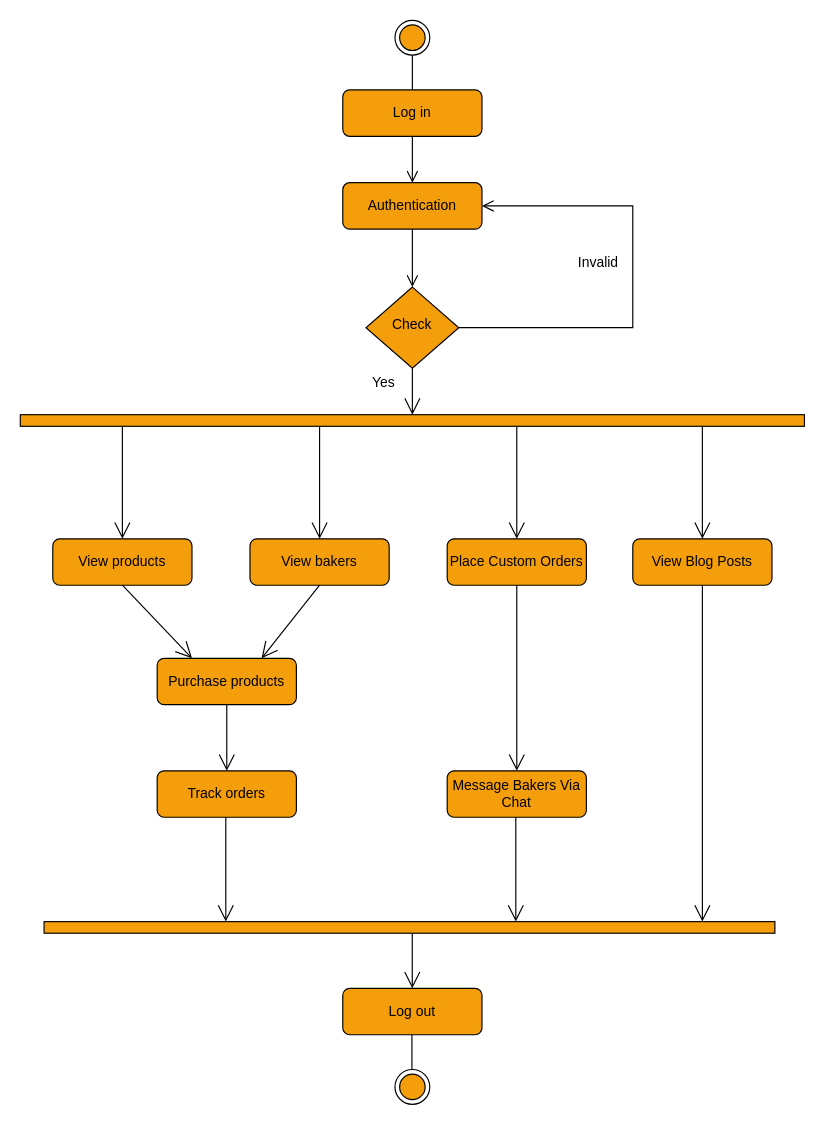
AnuElizaK/BakeJourney keeps this draw.io diagram as UML/Admin Activity.drawio. Above is the earlier version. Source tidied: cells renumbered, new cells numbered last; positions are measured from the earlier drawing's top-left corner, leaving out a move shared by most shapes. Both pictures are drawn from the tidied source at 116%, with x=0, y=0 at pixel (52, 20).
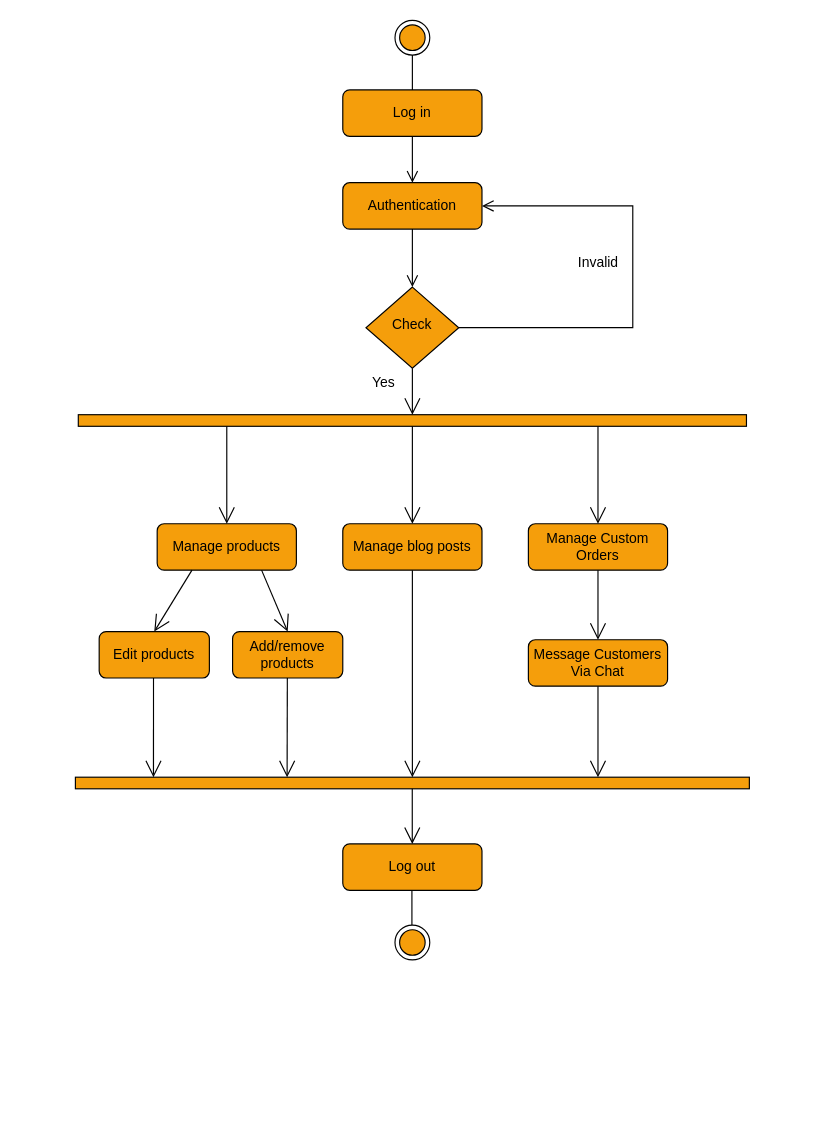
The same diagram, later.

Unchanged cells that the change refers to:
```xml
<mxCell id="5" value="&lt;font style=&quot;color: light-dark(rgb(0, 0, 0), rgb(0, 0, 0));&quot;&gt;Check&lt;/font&gt;" style="rhombus;whiteSpace=wrap;html=1;shadow=0;fontFamily=Helvetica;fontSize=12;align=center;strokeWidth=1;spacing=6;spacingTop=-4;fillColor=light-dark(#F59E0B,#F59E0B);strokeColor=light-dark(#000000,#000000);" parent="1" vertex="1">
  <mxGeometry x="270" y="230" width="80" height="70" as="geometry" />
</mxCell>
```

Change to the diagram source:
```diff
@@
     <mxCell id="6" value="&lt;font style=&quot;color: light-dark(rgb(0, 0, 0), rgb(0, 0, 0));&quot;&gt;Log out&lt;/font&gt;" style="rounded=1;whiteSpace=wrap;html=1;fontSize=12;glass=0;strokeWidth=1;shadow=0;strokeColor=light-dark(#000000,#000000);fillColor=light-dark(#F59E0B,#F59E0B);" parent="1" vertex="1">
-      <mxGeometry x="250" y="834.5" width="120" height="40" as="geometry" />
+      <mxGeometry x="250" y="710" width="120" height="40" as="geometry" />
     </mxCell>
@@
-    <mxCell id="9" style="ellipse;html=1;shape=endState;fillColor=light-dark(#F59E0B,#F59E0B);strokeColor=light-dark(#000000,#000000);" parent="1" vertex="1">
-      <mxGeometry x="295" y="904.5" width="30" height="30" as="geometry" />
-    </mxCell>
+    <mxCell id="36" style="ellipse;html=1;shape=endState;fillColor=light-dark(#F59E0B,#F59E0B);strokeColor=light-dark(#000000,#000000);" parent="1" vertex="1">
+      <mxGeometry x="295" y="780" width="30" height="30" as="geometry" />
+    </mxCell>
@@
-    <mxCell id="12" style="html=1;points=[[0,0,0,0,5],[0,1,0,0,-5],[1,0,0,0,5],[1,1,0,0,-5]];perimeter=orthogonalPerimeter;outlineConnect=0;targetShapes=umlLifeline;portConstraint=eastwest;newEdgeStyle={&quot;curved&quot;:0,&quot;rounded&quot;:0};rotation=-90;strokeColor=light-dark(#000000,#000000);fillColor=light-dark(#F59E0B,#F59E0B);" parent="1" vertex="1">
-      <mxGeometry x="305" y="7" width="10" height="676" as="geometry" />
-    </mxCell>
-    <mxCell id="13" value="&lt;font style=&quot;color: light-dark(rgb(0, 0, 0), rgb(0, 0, 0));&quot;&gt;View products&lt;/font&gt;" style="rounded=1;whiteSpace=wrap;html=1;fontSize=12;glass=0;strokeWidth=1;shadow=0;fillColor=light-dark(#F59E0B,#F59E0B);strokeColor=light-dark(#000000,#000000);" parent="1" vertex="1">
-      <mxGeometry y="447" width="120" height="40" as="geometry" />
-    </mxCell>
-    <mxCell id="14" style="endArrow=open;endFill=1;endSize=12;html=1;rounded=0;strokeColor=light-dark(#000000,#000000);entryX=0.5;entryY=0;entryDx=0;entryDy=0;" parent="1" edge="1" source="12" target="13">
-      <mxGeometry relative="1" as="geometry" />
-    </mxCell>
-    <mxCell id="15" style="endArrow=open;endFill=1;endSize=12;html=1;rounded=0;strokeColor=light-dark(#000000,#000000);entryX=0.25;entryY=0;entryDx=0;entryDy=0;" parent="1" edge="1" target="16">
-      <mxGeometry relative="1" as="geometry">
-        <mxPoint x="60" y="487" as="sourcePoint" />
-      </mxGeometry>
-    </mxCell>
-    <mxCell id="16" value="&lt;font style=&quot;color: light-dark(rgb(0, 0, 0), rgb(0, 0, 0));&quot;&gt;Purchase products&lt;/font&gt;" style="rounded=1;whiteSpace=wrap;html=1;fontSize=12;glass=0;strokeWidth=1;shadow=0;strokeColor=light-dark(#000000,#000000);fillColor=light-dark(#F59E0B,#F59E0B);" parent="1" vertex="1">
-      <mxGeometry x="90" y="550" width="120" height="40" as="geometry" />
-    </mxCell>
-    <mxCell id="17" style="html=1;points=[[0,0,0,0,5],[0,1,0,0,-5],[1,0,0,0,5],[1,1,0,0,-5]];perimeter=orthogonalPerimeter;outlineConnect=0;targetShapes=umlLifeline;portConstraint=eastwest;newEdgeStyle={&quot;curved&quot;:0,&quot;rounded&quot;:0};rotation=-90;strokeColor=light-dark(#000000,#000000);fillColor=light-dark(#F59E0B,#F59E0B);" parent="1" vertex="1">
-      <mxGeometry x="302.5" y="467" width="10" height="630" as="geometry" />
-    </mxCell>
-    <mxCell id="18" style="endArrow=open;endFill=1;endSize=12;html=1;rounded=0;exitX=0.5;exitY=1;exitDx=0;exitDy=0;strokeColor=light-dark(#000000,#000000);" parent="1" edge="1" source="5" target="12">
-      <mxGeometry relative="1" as="geometry" />
-    </mxCell>
-    <mxCell id="19" value="&lt;font style=&quot;color: light-dark(rgb(0, 0, 0), rgb(0, 0, 0));&quot;&gt;Place Custom Orders&lt;/font&gt;" style="rounded=1;whiteSpace=wrap;html=1;fontSize=12;glass=0;strokeWidth=1;shadow=0;fillColor=light-dark(#F59E0B,#F59E0B);strokeColor=light-dark(#000000,#000000);" parent="1" vertex="1">
-      <mxGeometry x="340" y="447" width="120" height="40" as="geometry" />
-    </mxCell>
-    <mxCell id="20" style="endArrow=open;endFill=1;endSize=12;html=1;rounded=0;strokeColor=light-dark(#000000,#000000);entryX=0.5;entryY=0;entryDx=0;entryDy=0;" parent="1" edge="1" source="12" target="19">
-      <mxGeometry relative="1" as="geometry" />
-    </mxCell>
-    <mxCell id="21" style="endArrow=open;endFill=1;endSize=12;html=1;rounded=0;strokeColor=light-dark(#000000,#000000);exitX=0.5;exitY=1;exitDx=0;exitDy=0;entryX=0.5;entryY=0;entryDx=0;entryDy=0;" parent="1" edge="1" source="19" target="34">
-      <mxGeometry relative="1" as="geometry" />
-    </mxCell>
+    <mxCell id="37" style="html=1;points=[[0,0,0,0,5],[0,1,0,0,-5],[1,0,0,0,5],[1,1,0,0,-5]];perimeter=orthogonalPerimeter;outlineConnect=0;targetShapes=umlLifeline;portConstraint=eastwest;newEdgeStyle={&quot;curved&quot;:0,&quot;rounded&quot;:0};rotation=-90;strokeColor=light-dark(#000000,#000000);fillColor=light-dark(#F59E0B,#F59E0B);" parent="1" vertex="1">
+      <mxGeometry x="305" y="57" width="10" height="576" as="geometry" />
+    </mxCell>
+    <mxCell id="38" value="&lt;font style=&quot;color: light-dark(rgb(0, 0, 0), rgb(0, 0, 0));&quot;&gt;Manage products&lt;/font&gt;" style="rounded=1;whiteSpace=wrap;html=1;fontSize=12;glass=0;strokeWidth=1;shadow=0;fillColor=light-dark(#F59E0B,#F59E0B);strokeColor=light-dark(#000000,#000000);" parent="1" vertex="1">
+      <mxGeometry x="90" y="434" width="120" height="40" as="geometry" />
+    </mxCell>
+    <mxCell id="39" style="endArrow=open;endFill=1;endSize=12;html=1;rounded=0;strokeColor=light-dark(#000000,#000000);entryX=0.5;entryY=0;entryDx=0;entryDy=0;" parent="1" edge="1" target="38">
+      <mxGeometry relative="1" as="geometry">
+        <mxPoint x="150" y="350" as="sourcePoint" />
+      </mxGeometry>
+    </mxCell>
+    <mxCell id="40" style="endArrow=open;endFill=1;endSize=12;html=1;rounded=0;strokeColor=light-dark(#000000,#000000);exitX=0.25;exitY=1;exitDx=0;exitDy=0;entryX=0.5;entryY=0;entryDx=0;entryDy=0;" parent="1" edge="1" source="38" target="41">
+      <mxGeometry relative="1" as="geometry" />
+    </mxCell>
+    <mxCell id="41" value="&lt;font style=&quot;color: light-dark(rgb(0, 0, 0), rgb(0, 0, 0));&quot;&gt;Edit products&lt;/font&gt;" style="rounded=1;whiteSpace=wrap;html=1;fontSize=12;glass=0;strokeWidth=1;shadow=0;strokeColor=light-dark(#000000,#000000);fillColor=light-dark(#F59E0B,#F59E0B);" parent="1" vertex="1">
+      <mxGeometry x="40" y="527" width="95" height="40" as="geometry" />
+    </mxCell>
+    <mxCell id="42" style="html=1;points=[[0,0,0,0,5],[0,1,0,0,-5],[1,0,0,0,5],[1,1,0,0,-5]];perimeter=orthogonalPerimeter;outlineConnect=0;targetShapes=umlLifeline;portConstraint=eastwest;newEdgeStyle={&quot;curved&quot;:0,&quot;rounded&quot;:0};rotation=-90;strokeColor=light-dark(#000000,#000000);fillColor=light-dark(#F59E0B,#F59E0B);" parent="1" vertex="1">
+      <mxGeometry x="305" y="367" width="10" height="581" as="geometry" />
+    </mxCell>
+    <mxCell id="43" style="endArrow=open;endFill=1;endSize=12;html=1;rounded=0;exitX=0.5;exitY=1;exitDx=0;exitDy=0;strokeColor=light-dark(#000000,#000000);" parent="1" edge="1" source="5" target="37">
+      <mxGeometry relative="1" as="geometry" />
+    </mxCell>
+    <mxCell id="44" value="&lt;font style=&quot;color: light-dark(rgb(0, 0, 0), rgb(0, 0, 0));&quot;&gt;Manage Custom Orders&lt;/font&gt;" style="rounded=1;whiteSpace=wrap;html=1;fontSize=12;glass=0;strokeWidth=1;shadow=0;fillColor=light-dark(#F59E0B,#F59E0B);strokeColor=light-dark(#000000,#000000);" parent="1" vertex="1">
+      <mxGeometry x="410" y="434" width="120" height="40" as="geometry" />
+    </mxCell>
+    <mxCell id="45" style="endArrow=open;endFill=1;endSize=12;html=1;rounded=0;strokeColor=light-dark(#000000,#000000);entryX=0.5;entryY=0;entryDx=0;entryDy=0;" parent="1" edge="1" source="37" target="44">
+      <mxGeometry relative="1" as="geometry" />
+    </mxCell>
+    <mxCell id="46" style="endArrow=open;endFill=1;endSize=12;html=1;rounded=0;strokeColor=light-dark(#000000,#000000);exitX=0.5;exitY=1;exitDx=0;exitDy=0;entryX=0.5;entryY=0;entryDx=0;entryDy=0;" parent="1" edge="1" source="44" target="52">
+      <mxGeometry relative="1" as="geometry" />
+    </mxCell>
@@
-    <mxCell id="23" style="endArrow=none;html=1;rounded=0;strokeColor=light-dark(#000000,#000000);entryX=0.5;entryY=1;entryDx=0;entryDy=0;exitX=0.5;exitY=0;exitDx=0;exitDy=0;" parent="1" edge="1">
-      <mxGeometry relative="1" as="geometry">
-        <mxPoint x="309.6" y="904.5" as="sourcePoint" />
-        <mxPoint x="309.6" y="874.5" as="targetPoint" />
-      </mxGeometry>
-    </mxCell>
-    <mxCell id="24" style="endArrow=open;endFill=1;endSize=12;html=1;rounded=0;strokeColor=light-dark(#000000,#000000);entryX=0.5;entryY=0;entryDx=0;entryDy=0;exitX=0.5;exitY=1;exitDx=0;exitDy=0;" parent="1" edge="1" source="16" target="29">
-      <mxGeometry relative="1" as="geometry" />
-    </mxCell>
-    <mxCell id="25" style="endArrow=open;endFill=1;endSize=12;html=1;rounded=0;strokeColor=light-dark(#000000,#000000);" parent="1" edge="1" source="17">
-      <mxGeometry relative="1" as="geometry">
-        <mxPoint x="309.9" y="834.5" as="targetPoint" />
-      </mxGeometry>
-    </mxCell>
-    <mxCell id="26" value="&lt;font style=&quot;color: light-dark(rgb(0, 0, 0), rgb(0, 0, 0));&quot;&gt;View bakers&lt;/font&gt;" style="rounded=1;whiteSpace=wrap;html=1;fontSize=12;glass=0;strokeWidth=1;shadow=0;fillColor=light-dark(#F59E0B,#F59E0B);strokeColor=light-dark(#000000,#000000);" parent="1" vertex="1">
-      <mxGeometry x="170" y="447" width="120" height="40" as="geometry" />
-    </mxCell>
-    <mxCell id="27" style="endArrow=open;endFill=1;endSize=12;html=1;rounded=0;strokeColor=light-dark(#000000,#000000);entryX=0.5;entryY=0;entryDx=0;entryDy=0;" parent="1" edge="1" source="12" target="26">
-      <mxGeometry relative="1" as="geometry" />
-    </mxCell>
-    <mxCell id="28" style="endArrow=open;endFill=1;endSize=12;html=1;rounded=0;strokeColor=light-dark(#000000,#000000);entryX=0.75;entryY=0;entryDx=0;entryDy=0;exitX=0.5;exitY=1;exitDx=0;exitDy=0;" parent="1" edge="1" source="26" target="16">
-      <mxGeometry relative="1" as="geometry" />
-    </mxCell>
-    <mxCell id="29" value="&lt;font style=&quot;color: light-dark(rgb(0, 0, 0), rgb(0, 0, 0));&quot;&gt;Track orders&lt;/font&gt;" style="rounded=1;whiteSpace=wrap;html=1;fontSize=12;glass=0;strokeWidth=1;shadow=0;strokeColor=light-dark(#000000,#000000);fillColor=light-dark(#F59E0B,#F59E0B);" parent="1" vertex="1">
-      <mxGeometry x="90" y="647" width="120" height="40" as="geometry" />
-    </mxCell>
-    <mxCell id="30" style="endArrow=open;endFill=1;endSize=12;html=1;rounded=0;strokeColor=light-dark(#000000,#000000);exitX=0.493;exitY=0.997;exitDx=0;exitDy=0;exitPerimeter=0;" parent="1" edge="1" source="29" target="17">
-      <mxGeometry relative="1" as="geometry" />
-    </mxCell>
-    <mxCell id="31" value="&lt;font style=&quot;color: light-dark(rgb(0, 0, 0), rgb(0, 0, 0));&quot;&gt;View Blog Posts&lt;/font&gt;" style="rounded=1;whiteSpace=wrap;html=1;fontSize=12;glass=0;strokeWidth=1;shadow=0;fillColor=light-dark(#F59E0B,#F59E0B);strokeColor=light-dark(#000000,#000000);" parent="1" vertex="1">
-      <mxGeometry x="500" y="447" width="120" height="40" as="geometry" />
-    </mxCell>
-    <mxCell id="32" style="endArrow=open;endFill=1;endSize=12;html=1;rounded=0;strokeColor=light-dark(#000000,#000000);entryX=0.5;entryY=0;entryDx=0;entryDy=0;" parent="1" edge="1" source="12" target="31">
-      <mxGeometry relative="1" as="geometry" />
-    </mxCell>
-    <mxCell id="33" style="endArrow=open;endFill=1;endSize=12;html=1;rounded=0;strokeColor=light-dark(#000000,#000000);exitX=0.5;exitY=1;exitDx=0;exitDy=0;" parent="1" edge="1" source="31" target="17">
-      <mxGeometry relative="1" as="geometry" />
-    </mxCell>
-    <mxCell id="34" value="&lt;font style=&quot;color: light-dark(rgb(0, 0, 0), rgb(0, 0, 0));&quot;&gt;Message Bakers Via Chat&lt;/font&gt;" style="rounded=1;whiteSpace=wrap;html=1;fontSize=12;glass=0;strokeWidth=1;shadow=0;strokeColor=light-dark(#000000,#000000);fillColor=light-dark(#F59E0B,#F59E0B);" parent="1" vertex="1">
-      <mxGeometry x="340" y="647" width="120" height="40" as="geometry" />
-    </mxCell>
-    <mxCell id="35" style="endArrow=open;endFill=1;endSize=12;html=1;rounded=0;strokeColor=light-dark(#000000,#000000);exitX=0.493;exitY=0.997;exitDx=0;exitDy=0;exitPerimeter=0;" parent="1" edge="1" source="34" target="17">
-      <mxGeometry relative="1" as="geometry" />
-    </mxCell>
+    <mxCell id="47" style="endArrow=none;html=1;rounded=0;strokeColor=light-dark(#000000,#000000);entryX=0.5;entryY=1;entryDx=0;entryDy=0;exitX=0.5;exitY=0;exitDx=0;exitDy=0;" parent="1" edge="1">
+      <mxGeometry relative="1" as="geometry">
+        <mxPoint x="309.6" y="780" as="sourcePoint" />
+        <mxPoint x="309.6" y="750" as="targetPoint" />
+      </mxGeometry>
+    </mxCell>
+    <mxCell id="48" style="endArrow=open;endFill=1;endSize=12;html=1;rounded=0;strokeColor=light-dark(#000000,#000000);exitX=0.493;exitY=0.997;exitDx=0;exitDy=0;exitPerimeter=0;" parent="1" edge="1" source="41">
+      <mxGeometry relative="1" as="geometry">
+        <mxPoint x="86.8" y="652.5" as="targetPoint" />
+      </mxGeometry>
+    </mxCell>
+    <mxCell id="49" style="endArrow=open;endFill=1;endSize=12;html=1;rounded=0;strokeColor=light-dark(#000000,#000000);" parent="1" edge="1" source="42">
+      <mxGeometry relative="1" as="geometry">
+        <mxPoint x="309.9" y="710" as="targetPoint" />
+      </mxGeometry>
+    </mxCell>
+    <mxCell id="50" value="&lt;font style=&quot;color: light-dark(rgb(0, 0, 0), rgb(0, 0, 0));&quot;&gt;Add/remove products&lt;/font&gt;" style="rounded=1;whiteSpace=wrap;html=1;fontSize=12;glass=0;strokeWidth=1;shadow=0;strokeColor=light-dark(#000000,#000000);fillColor=light-dark(#F59E0B,#F59E0B);" parent="1" vertex="1">
+      <mxGeometry x="155" y="527" width="95" height="40" as="geometry" />
+    </mxCell>
+    <mxCell id="51" style="endArrow=open;endFill=1;endSize=12;html=1;rounded=0;strokeColor=light-dark(#000000,#000000);exitX=0.75;exitY=1;exitDx=0;exitDy=0;entryX=0.5;entryY=0;entryDx=0;entryDy=0;" parent="1" edge="1" source="38" target="50">
+      <mxGeometry relative="1" as="geometry" />
+    </mxCell>
+    <mxCell id="52" value="&lt;font style=&quot;color: light-dark(rgb(0, 0, 0), rgb(0, 0, 0));&quot;&gt;Message Customers Via Chat&lt;/font&gt;" style="rounded=1;whiteSpace=wrap;html=1;fontSize=12;glass=0;strokeWidth=1;shadow=0;fillColor=light-dark(#F59E0B,#F59E0B);strokeColor=light-dark(#000000,#000000);" parent="1" vertex="1">
+      <mxGeometry x="410" y="534" width="120" height="40" as="geometry" />
+    </mxCell>
+    <mxCell id="53" style="endArrow=open;endFill=1;endSize=12;html=1;rounded=0;strokeColor=light-dark(#000000,#000000);exitX=0.468;exitY=1.005;exitDx=0;exitDy=0;exitPerimeter=0;" parent="1" edge="1" target="42">
+      <mxGeometry relative="1" as="geometry">
+        <mxPoint x="470" y="574" as="sourcePoint" />
+      </mxGeometry>
+    </mxCell>
+    <mxCell id="54" value="&lt;font style=&quot;color: light-dark(rgb(0, 0, 0), rgb(0, 0, 0));&quot;&gt;Manage blog posts&lt;/font&gt;" style="rounded=1;whiteSpace=wrap;html=1;fontSize=12;glass=0;strokeWidth=1;shadow=0;fillColor=light-dark(#F59E0B,#F59E0B);strokeColor=light-dark(#000000,#000000);" parent="1" vertex="1">
+      <mxGeometry x="250" y="434" width="120" height="40" as="geometry" />
+    </mxCell>
+    <mxCell id="55" style="endArrow=open;endFill=1;endSize=12;html=1;rounded=0;strokeColor=light-dark(#000000,#000000);entryX=0.5;entryY=0;entryDx=0;entryDy=0;" parent="1" edge="1" target="54">
+      <mxGeometry relative="1" as="geometry">
+        <mxPoint x="310" y="350" as="sourcePoint" />
+      </mxGeometry>
+    </mxCell>
+    <mxCell id="56" style="endArrow=open;endFill=1;endSize=12;html=1;rounded=0;strokeColor=light-dark(#000000,#000000);exitX=0.5;exitY=1;exitDx=0;exitDy=0;" parent="1" edge="1" source="54">
+      <mxGeometry relative="1" as="geometry">
+        <mxPoint x="310" y="652.5" as="targetPoint" />
+      </mxGeometry>
+    </mxCell>
+    <mxCell id="57" style="endArrow=open;endFill=1;endSize=12;html=1;rounded=0;strokeColor=light-dark(#000000,#000000);exitX=0.493;exitY=0.997;exitDx=0;exitDy=0;exitPerimeter=0;" parent="1" edge="1">
+      <mxGeometry relative="1" as="geometry">
+        <mxPoint x="202.2" y="567" as="sourcePoint" />
+        <mxPoint x="202" y="652.5" as="targetPoint" />
+      </mxGeometry>
+    </mxCell>
```
